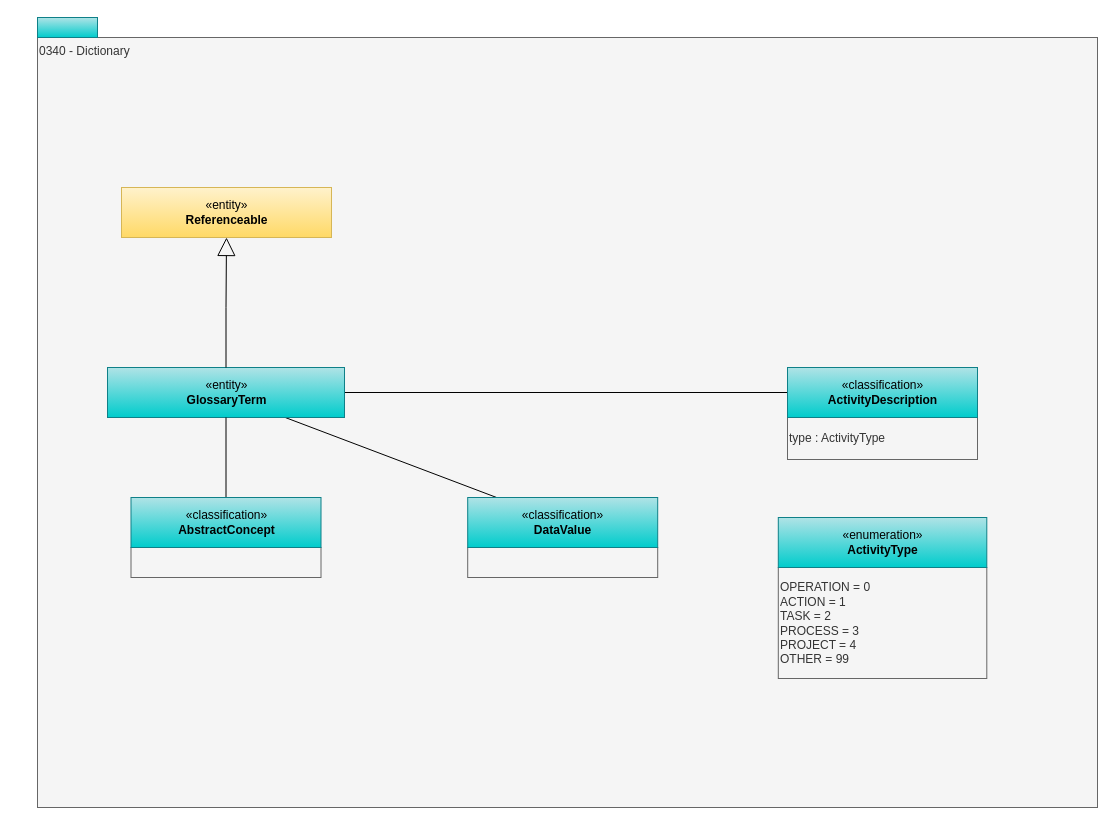
Earlier version of the draw.io diagram page "0340-Dictionary" (4 of 11) of site/docs/types/3/area-3-glossary.drawio (odpi/egeria-docs). Source tidied: cells renumbered, new cells numbered last; positions are measured from the earlier drawing's top-left corner, leaving out a move shared by most shapes. Both pictures are drawn from the tidied source at 100%, with x=0, y=0 at pixel (37, 17).
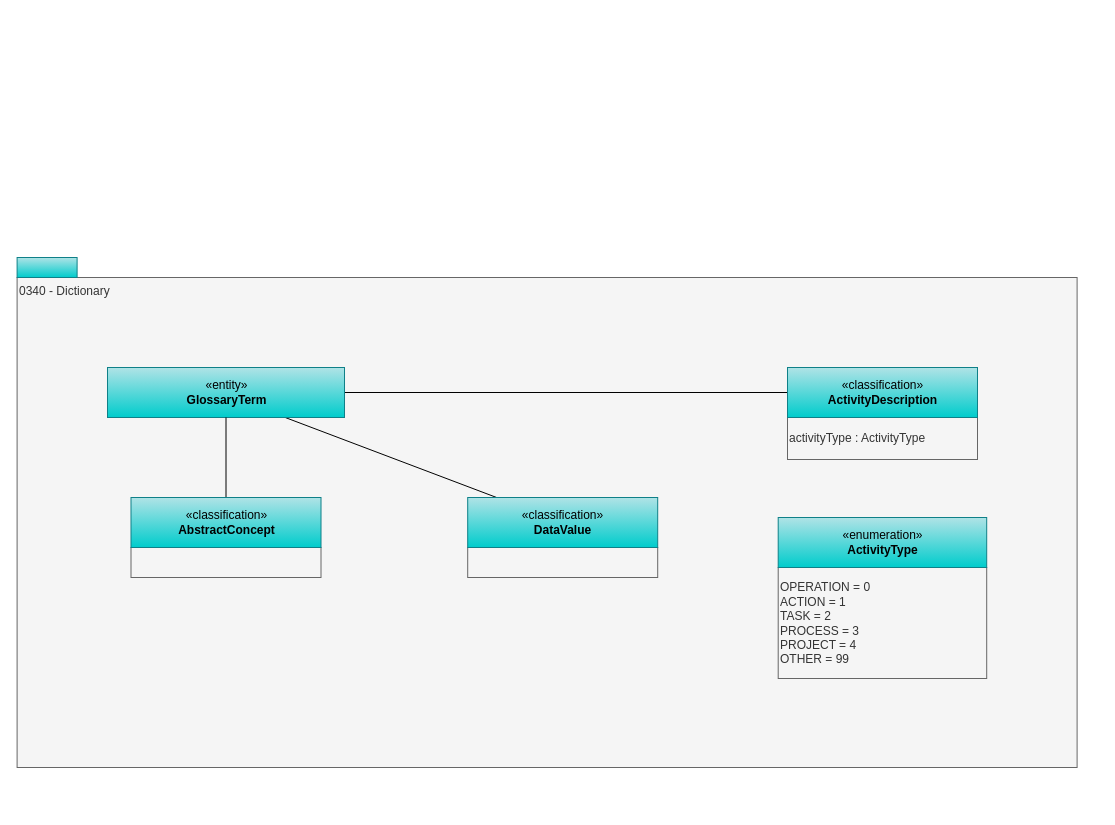
Above is the later version.

What changed in the source:
```diff
@@
 <mxGraphModel>
   <root>
     <mxCell id="0" />
     <mxCell id="1" parent="0" />
     <mxCell id="2" value="0340 - Dictionary" style="rounded=0;whiteSpace=wrap;html=1;align=left;verticalAlign=top;fillColor=#f5f5f5;fontColor=#333333;strokeColor=#666666;" parent="1" vertex="1">
-      <mxGeometry y="20" width="1060" height="770" as="geometry" />
+      <mxGeometry x="-20.4" y="260" width="1060" height="490" as="geometry" />
     </mxCell>
-    <mxCell id="3" value="type : ActivityType&lt;br&gt;&lt;div style=&quot;text-align: left&quot;&gt;&lt;/div&gt;" style="rounded=0;whiteSpace=wrap;html=1;strokeColor=#666666;align=left;fillColor=#f5f5f5;fontColor=#333333;" parent="1" vertex="1">
+    <mxCell id="3" value="activityType : ActivityType&lt;br&gt;&lt;div style=&quot;text-align: left&quot;&gt;&lt;/div&gt;" style="rounded=0;whiteSpace=wrap;html=1;strokeColor=#666666;align=left;fillColor=#f5f5f5;fontColor=#333333;" parent="1" vertex="1">
       <mxGeometry x="750" y="400" width="190" height="42" as="geometry" />
     </mxCell>
     <mxCell id="4" style="edgeStyle=orthogonalEdgeStyle;rounded=0;jettySize=auto;html=1;endArrow=none;endFill=0;entryX=1;entryY=0.5;entryDx=0;entryDy=0;" parent="1" edge="1" source="5" target="8">
       <mxGeometry relative="1" as="geometry" />
     </mxCell>
     <mxCell id="5" value="«classification»&lt;br&gt;&lt;b&gt;ActivityDescription&lt;/b&gt;" style="html=1;strokeColor=#0e8088;align=center;fillColor=#b0e3e6;gradientColor=#00CCCC;" parent="1" vertex="1">
       <mxGeometry x="750" y="350" width="190" height="50" as="geometry" />
     </mxCell>
     <mxCell id="6" style="rounded=0;whiteSpace=wrap;html=1;align=left;fillColor=#b0e3e6;strokeColor=#0e8088;gradientColor=#00CCCC;" parent="1" vertex="1">
-      <mxGeometry width="60" height="20" as="geometry" />
+      <mxGeometry x="-20.4" y="240" width="60" height="20" as="geometry" />
     </mxCell>
     <mxCell id="7" style="rounded=0;jettySize=auto;html=1;exitX=0.75;exitY=1;exitDx=0;exitDy=0;endArrow=none;endFill=0;" parent="1" edge="1" source="8" target="12">
       <mxGeometry relative="1" as="geometry" />
     </mxCell>
     <mxCell id="8" value="«entity»&lt;br&gt;&lt;b&gt;GlossaryTerm&lt;/b&gt;" style="html=1;strokeColor=#0e8088;align=center;fillColor=#b0e3e6;gradientColor=#00CCCC;" parent="1" vertex="1">
       <mxGeometry x="70" y="350" width="237" height="50" as="geometry" />
     </mxCell>
     <mxCell id="9" value="OPERATION = 0&lt;br&gt;ACTION = 1&lt;br&gt;TASK = 2&lt;br&gt;PROCESS = 3&lt;br&gt;PROJECT = 4&lt;br&gt;OTHER = 99" style="rounded=0;whiteSpace=wrap;html=1;strokeColor=#666666;align=left;fillColor=#f5f5f5;fontColor=#333333;" parent="1" vertex="1">
-      <mxGeometry x="740.8" y="550" width="208.5" height="111" as="geometry" />
+      <mxGeometry x="740.7" y="550" width="208.5" height="111" as="geometry" />
     </mxCell>
     <mxCell id="10" value="«enumeration»&lt;br&gt;&lt;b&gt;ActivityType&lt;/b&gt;" style="html=1;strokeColor=#0e8088;align=center;fillColor=#b0e3e6;gradientColor=#00CCCC;" parent="1" vertex="1">
-      <mxGeometry x="740.8" y="500" width="208.5" height="50" as="geometry" />
+      <mxGeometry x="740.7" y="500" width="208.5" height="50" as="geometry" />
     </mxCell>
     <mxCell id="11" value="&lt;br&gt;&lt;div style=&quot;text-align: left&quot;&gt;&lt;/div&gt;" style="rounded=0;whiteSpace=wrap;html=1;strokeColor=#666666;align=left;fillColor=#f5f5f5;fontColor=#333333;" parent="1" vertex="1">
       <mxGeometry x="430.2" y="530" width="190" height="30" as="geometry" />
     </mxCell>
     <mxCell id="12" value="«classification»&lt;br&gt;&lt;b&gt;DataValue&lt;/b&gt;" style="html=1;strokeColor=#0e8088;align=center;fillColor=#b0e3e6;gradientColor=#00CCCC;" parent="1" vertex="1">
       <mxGeometry x="430.2" y="480" width="190" height="50" as="geometry" />
     </mxCell>
     <mxCell id="13" style="edgeStyle=orthogonalEdgeStyle;rounded=0;jettySize=auto;html=1;exitX=0.5;exitY=0;exitDx=0;exitDy=0;entryX=0.5;entryY=1;entryDx=0;entryDy=0;endArrow=none;endFill=0;" parent="1" edge="1" source="15" target="8">
       <mxGeometry relative="1" as="geometry" />
     </mxCell>
     <mxCell id="14" value="&lt;br&gt;&lt;div style=&quot;text-align: left&quot;&gt;&lt;/div&gt;" style="rounded=0;whiteSpace=wrap;html=1;strokeColor=#666666;align=left;fillColor=#f5f5f5;fontColor=#333333;" parent="1" vertex="1">
       <mxGeometry x="93.5" y="530" width="190" height="30" as="geometry" />
     </mxCell>
     <mxCell id="15" value="«classification»&lt;br&gt;&lt;b&gt;AbstractConcept&lt;/b&gt;" style="html=1;strokeColor=#0e8088;align=center;fillColor=#b0e3e6;gradientColor=#00CCCC;" parent="1" vertex="1">
       <mxGeometry x="93.5" y="480" width="190" height="50" as="geometry" />
     </mxCell>
-    <mxCell id="16" style="edgeStyle=orthogonalEdgeStyle;rounded=0;jettySize=auto;html=1;exitX=0.5;exitY=0;exitDx=0;exitDy=0;entryX=0.5;entryY=1;entryDx=0;entryDy=0;endArrow=block;endFill=0;endSize=16;" parent="1" edge="1" source="8" target="17">
-      <mxGeometry relative="1" as="geometry" />
-    </mxCell>
-    <mxCell id="17" value="«entity»&lt;br&gt;&lt;b&gt;Referenceable&lt;/b&gt;" style="html=1;strokeColor=#d6b656;align=center;fillColor=#fff2cc;gradientColor=#ffd966;" parent="1" vertex="1">
-      <mxGeometry x="84" y="170" width="210" height="50" as="geometry" />
-    </mxCell>
   </root>
 </mxGraphModel>
```
